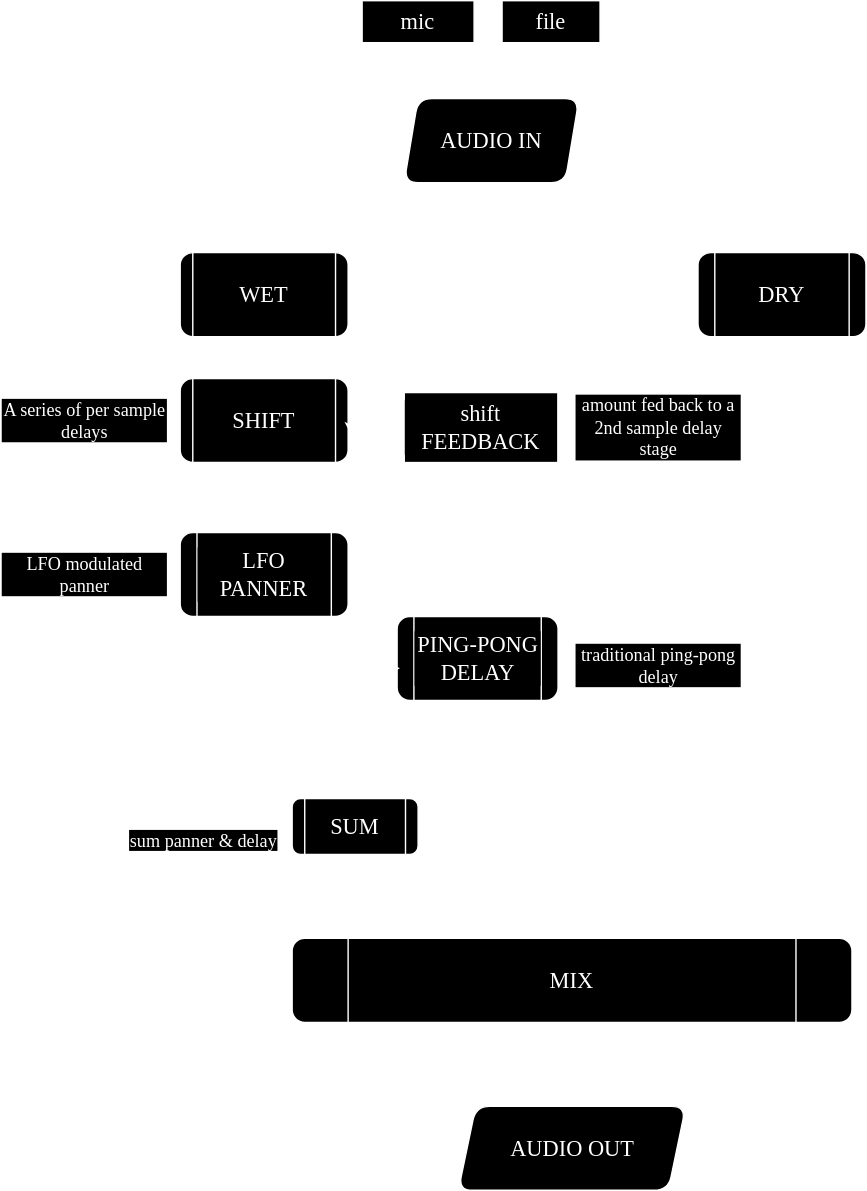
This is shift-signalflow.drawio.svg from krismakesstuff/shift, a draw.io export, as it was before one commit. Source tidied: cells renumbered, new cells last; positions are measured from the earlier drawing's top-left corner, leaving out a move shared by most shapes.
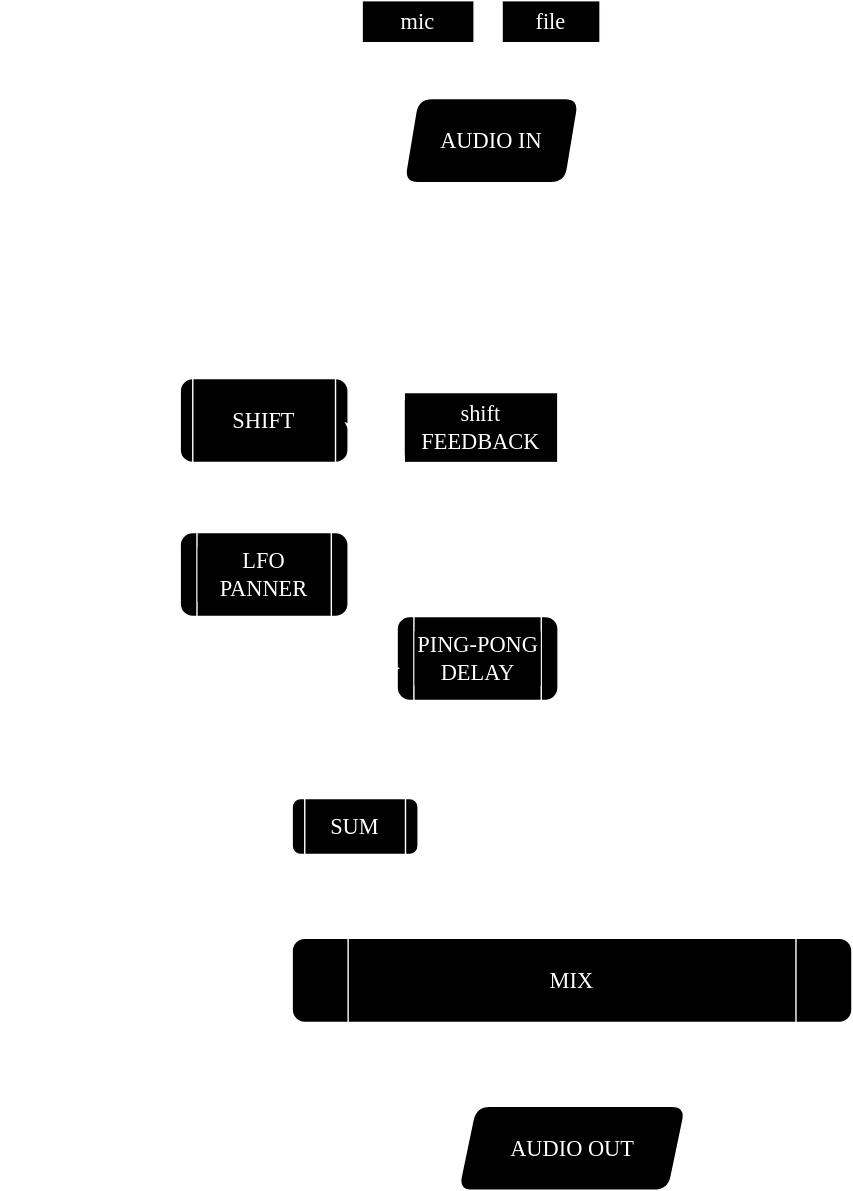
After the change.

The edit, as a diff of the source:
```diff
@@ -18,15 +18,6 @@
     <mxCell id="5" value="file" style="rounded=1;whiteSpace=wrap;html=1;fontSize=16;glass=0;strokeWidth=1;shadow=0;arcSize=0;labelBackgroundColor=default;fontFamily=Lucida Console;" parent="1" vertex="1">
       <mxGeometry x="358" width="70" height="30" as="geometry" />
     </mxCell>
-    <mxCell id="6" style="edgeStyle=orthogonalEdgeStyle;rounded=1;jettySize=auto;html=1;exitX=0.5;exitY=1;exitDx=0;exitDy=0;entryX=0.5;entryY=0;entryDx=0;entryDy=0;labelBackgroundColor=default;fontColor=default;fontFamily=Lucida Console;fontSize=16;" parent="1" edge="1" source="7" target="11">
-      <mxGeometry relative="1" as="geometry" />
-    </mxCell>
-    <mxCell id="7" value="WET" style="shape=process;whiteSpace=wrap;html=1;backgroundOutline=1;size=0;rounded=1;labelBackgroundColor=default;fontFamily=Lucida Console;fontSize=16;" parent="1" vertex="1">
-      <mxGeometry x="128" y="180" width="120" height="60" as="geometry" />
-    </mxCell>
-    <mxCell id="8" value="DRY" style="shape=process;whiteSpace=wrap;html=1;backgroundOutline=1;rounded=1;labelBackgroundColor=default;fontFamily=Lucida Console;fontSize=16;" parent="1" vertex="1">
-      <mxGeometry x="498" y="180" width="120" height="60" as="geometry" />
-    </mxCell>
     <mxCell id="9" style="edgeStyle=orthogonalEdgeStyle;rounded=1;jettySize=auto;html=1;exitX=0.75;exitY=1;exitDx=0;exitDy=0;labelBackgroundColor=default;fontColor=default;fontFamily=Lucida Console;fontSize=16;" parent="1" edge="1" source="11" target="13">
       <mxGeometry relative="1" as="geometry">
         <Array as="points">
@@ -72,12 +63,19 @@
     <mxCell id="19" value="MIX" style="shape=process;whiteSpace=wrap;html=1;backgroundOutline=1;rounded=1;labelBackgroundColor=default;fontFamily=Lucida Console;fontSize=16;" parent="1" vertex="1">
       <mxGeometry x="208" y="670" width="400" height="60" as="geometry" />
     </mxCell>
-    <mxCell id="20" style="edgeStyle=orthogonalEdgeStyle;rounded=1;jettySize=auto;html=1;entryX=0.75;entryY=0;entryDx=0;entryDy=0;exitX=0.25;exitY=1;exitDx=0;exitDy=0;labelBackgroundColor=default;fontColor=default;fontFamily=Lucida Console;fontSize=16;" parent="1" edge="1" source="22" target="7">
+    <mxCell id="20" style="edgeStyle=orthogonalEdgeStyle;rounded=1;jettySize=auto;html=1;entryX=0.5;entryY=0;entryDx=0;entryDy=0;exitX=0.25;exitY=1;exitDx=0;exitDy=0;labelBackgroundColor=default;fontColor=default;fontFamily=Lucida Console;fontSize=16;" parent="1" edge="1" source="22" target="11">
       <mxGeometry relative="1" as="geometry" />
     </mxCell>
-    <mxCell id="21" style="edgeStyle=orthogonalEdgeStyle;rounded=1;jettySize=auto;html=1;exitX=0.75;exitY=1;exitDx=0;exitDy=0;entryX=0.25;entryY=0;entryDx=0;entryDy=0;labelBackgroundColor=default;fontColor=default;fontFamily=Lucida Console;fontSize=16;" parent="1" edge="1" source="22" target="8">
-      <mxGeometry relative="1" as="geometry" />
-    </mxCell>
+    <mxCell id="33" style="edgeStyle=orthogonalEdgeStyle;rounded=0;jettySize=auto;html=1;" parent="1" edge="1" source="22">
+      <mxGeometry relative="1" as="geometry">
+        <mxPoint x="555" y="670" as="targetPoint" />
+        <Array as="points">
+          <mxPoint x="351" y="200" />
+          <mxPoint x="555" y="200" />
+          <mxPoint x="555" y="670" />
+        </Array>
+      </mxGeometry>
+    </mxCell>
     <mxCell id="22" value="AUDIO IN" style="shape=parallelogram;perimeter=parallelogramPerimeter;whiteSpace=wrap;html=1;fixedSize=1;size=10;rounded=1;labelBackgroundColor=default;fontFamily=Lucida Console;fontSize=16;" parent="1" vertex="1">
       <mxGeometry x="288" y="70" width="125" height="60" as="geometry" />
     </mxCell>
@@ -96,26 +94,29 @@
     <mxCell id="25" style="edgeStyle=orthogonalEdgeStyle;rounded=1;jettySize=auto;html=1;exitX=0.75;exitY=1;exitDx=0;exitDy=0;entryX=0.017;entryY=0.617;entryDx=0;entryDy=0;entryPerimeter=0;labelBackgroundColor=default;fontColor=default;fontFamily=Lucida Console;fontSize=16;" parent="1" edge="1" source="15" target="24">
       <mxGeometry relative="1" as="geometry" />
     </mxCell>
-    <mxCell id="26" style="edgeStyle=orthogonalEdgeStyle;rounded=1;jettySize=auto;html=1;entryX=0.873;entryY=-0.033;entryDx=0;entryDy=0;entryPerimeter=0;labelBackgroundColor=default;fontColor=default;fontFamily=Lucida Console;fontSize=16;" parent="1" edge="1" source="8" target="19">
-      <mxGeometry relative="1" as="geometry" />
-    </mxCell>
     <mxCell id="27" value="AUDIO OUT" style="shape=parallelogram;perimeter=parallelogramPerimeter;whiteSpace=wrap;html=1;fixedSize=1;size=12.5;rounded=1;labelBackgroundColor=default;fontFamily=Lucida Console;fontSize=16;" parent="1" vertex="1">
       <mxGeometry x="326.8" y="790" width="162.5" height="60" as="geometry" />
     </mxCell>
-    <mxCell id="28" value="LFO modulated panner" style="text;html=1;align=center;verticalAlign=middle;whiteSpace=wrap;rounded=1;labelBackgroundColor=default;fontFamily=Lucida Console;fontSize=13;" parent="1" vertex="1">
+    <mxCell id="28" value="LFO modulated panner" style="text;html=1;align=center;verticalAlign=middle;whiteSpace=wrap;rounded=1;labelBackgroundColor=none;fontFamily=Lucida Console;fontSize=13;" parent="1" vertex="1">
       <mxGeometry y="395" width="120" height="30" as="geometry" />
     </mxCell>
-    <mxCell id="29" value="A series of per sample delays" style="text;html=1;align=center;verticalAlign=middle;whiteSpace=wrap;rounded=1;labelBackgroundColor=default;fontFamily=Lucida Console;fontSize=13;" parent="1" vertex="1">
+    <mxCell id="29" value="A series of per sample delays" style="text;html=1;align=center;verticalAlign=middle;whiteSpace=wrap;rounded=1;labelBackgroundColor=none;fontFamily=Lucida Console;fontSize=13;" parent="1" vertex="1">
       <mxGeometry y="285" width="120" height="30" as="geometry" />
     </mxCell>
-    <mxCell id="30" value="traditional ping-pong delay" style="text;html=1;align=center;verticalAlign=middle;whiteSpace=wrap;rounded=1;labelBackgroundColor=default;fontFamily=Lucida Console;fontSize=13;" parent="1" vertex="1">
+    <mxCell id="30" value="traditional ping-pong delay" style="text;html=1;align=center;verticalAlign=middle;whiteSpace=wrap;rounded=1;labelBackgroundColor=none;fontFamily=Lucida Console;fontSize=13;" parent="1" vertex="1">
       <mxGeometry x="410" y="460" width="120" height="30" as="geometry" />
     </mxCell>
-    <mxCell id="31" value="amount fed back to a 2nd sample delay stage" style="text;html=1;align=center;verticalAlign=middle;whiteSpace=wrap;rounded=1;labelBackgroundColor=default;fontFamily=Lucida Console;fontSize=13;" parent="1" vertex="1">
+    <mxCell id="31" value="amount fed back to a 2nd sample delay stage" style="text;html=1;align=center;verticalAlign=middle;whiteSpace=wrap;rounded=1;labelBackgroundColor=none;fontFamily=Lucida Console;fontSize=13;" parent="1" vertex="1">
       <mxGeometry x="410" y="290" width="120" height="30" as="geometry" />
     </mxCell>
-    <mxCell id="32" value="sum panner &amp;amp; delay" style="text;html=1;align=center;verticalAlign=middle;whiteSpace=wrap;rounded=1;labelBackgroundColor=default;fontFamily=Lucida Console;fontSize=13;" parent="1" vertex="1">
+    <mxCell id="32" value="sum panner &amp;amp; delay" style="text;html=1;align=center;verticalAlign=middle;whiteSpace=wrap;rounded=1;labelBackgroundColor=none;fontFamily=Lucida Console;fontSize=13;" parent="1" vertex="1">
       <mxGeometry x="85" y="585" width="120" height="30" as="geometry" />
     </mxCell>
+    <mxCell id="7" value="WET" style="text;html=1;align=center;verticalAlign=middle;whiteSpace=wrap;rounded=1;labelBackgroundColor=none;fontFamily=Lucida Console;fontSize=13;" parent="1" vertex="1">
+      <mxGeometry x="189" y="160" width="120" height="30" as="geometry" />
+    </mxCell>
+    <mxCell id="8" value="DRY" style="text;html=1;align=center;verticalAlign=middle;whiteSpace=wrap;rounded=1;labelBackgroundColor=none;fontFamily=Lucida Console;fontSize=13;" parent="1" vertex="1">
+      <mxGeometry x="395" y="160" width="120" height="30" as="geometry" />
+    </mxCell>
   </root>
 </mxGraphModel>
```
